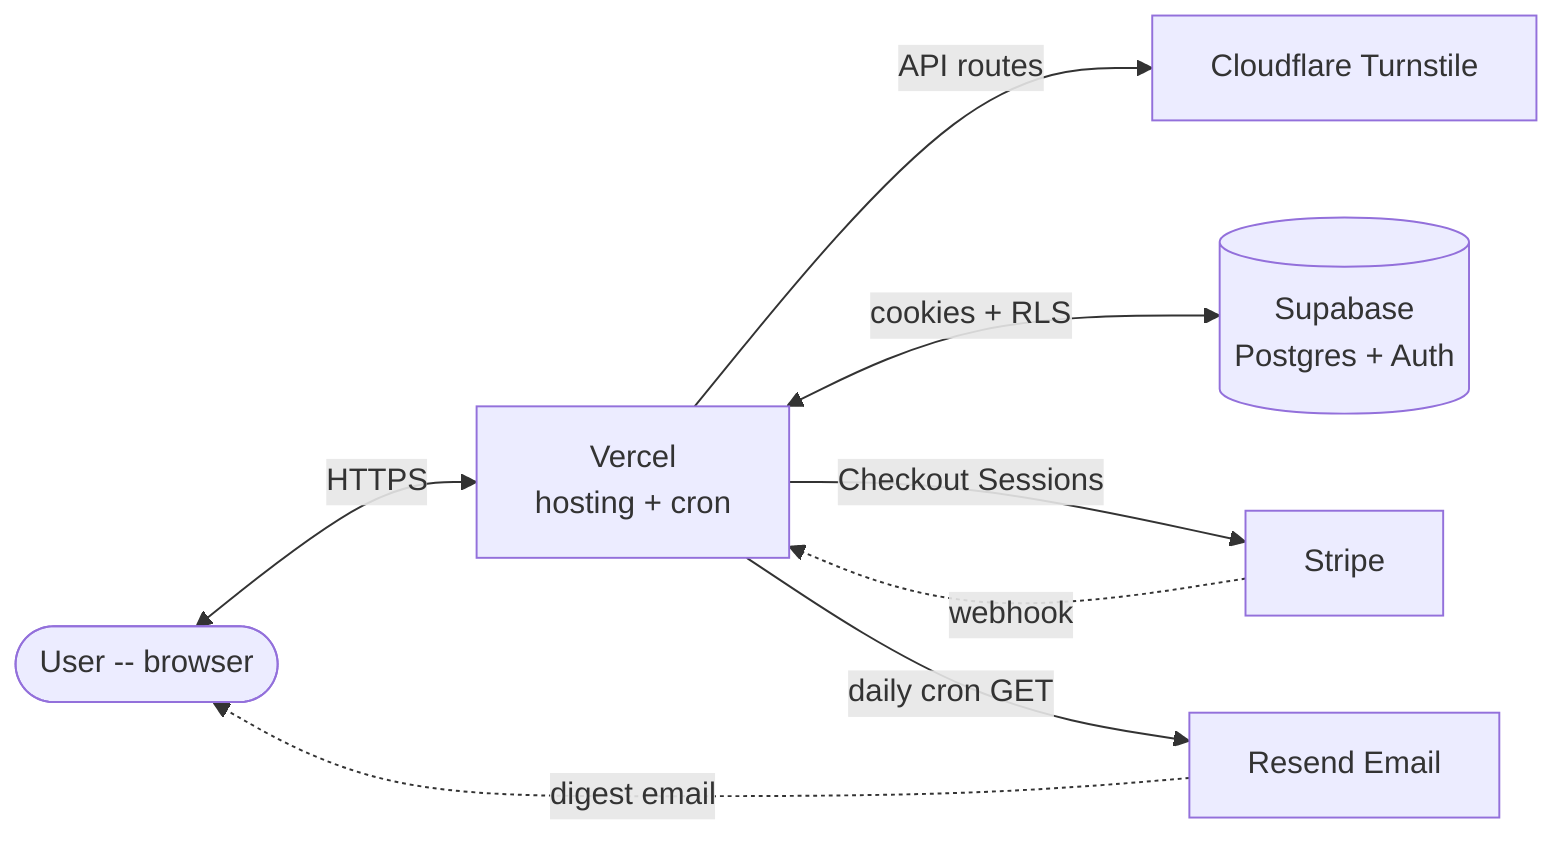
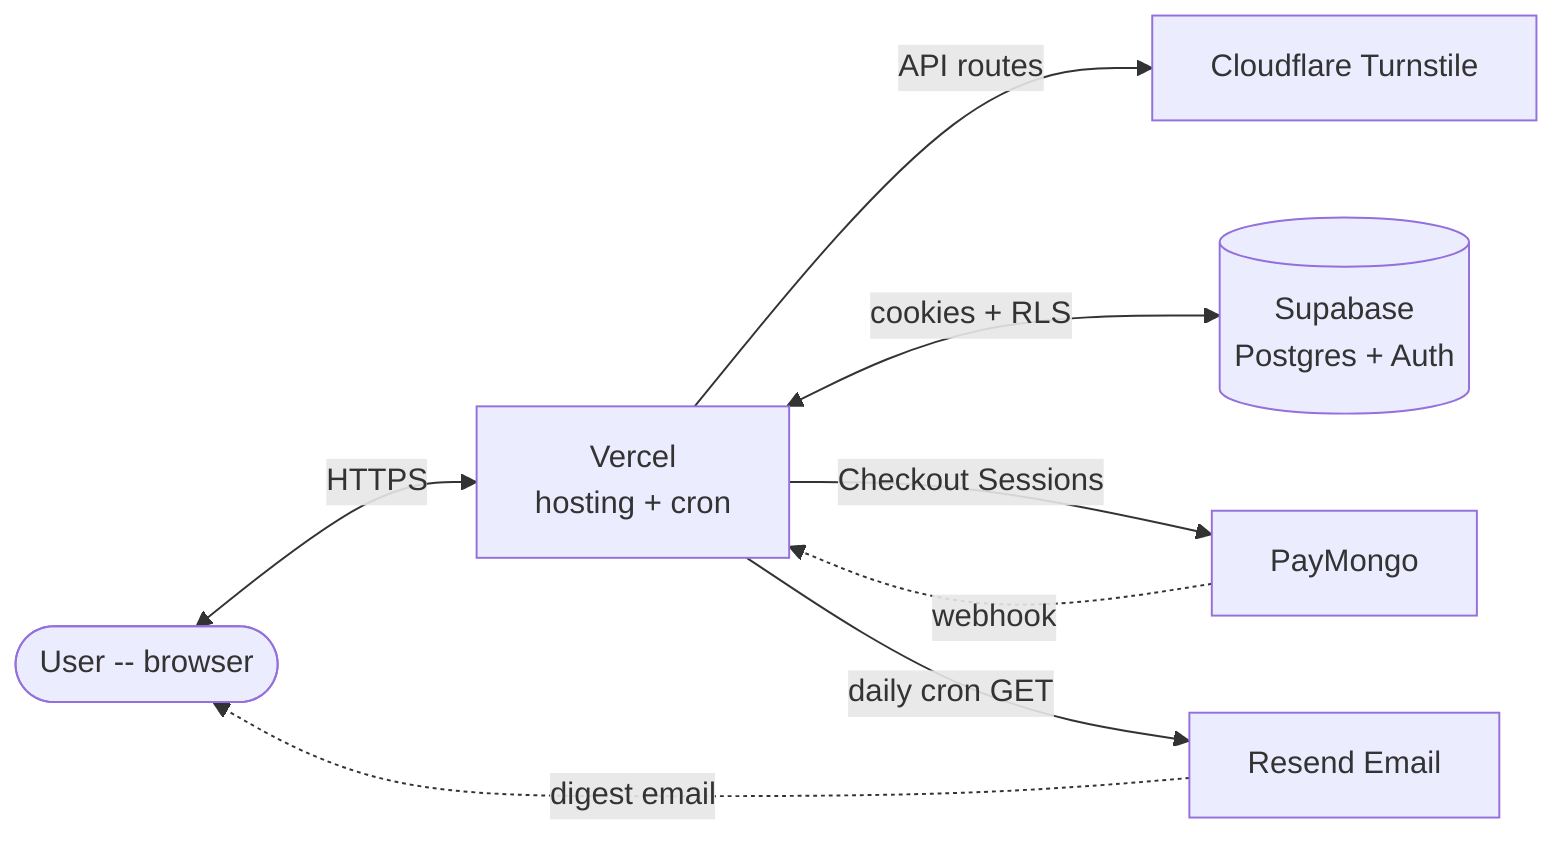
flowchart LR
    User([User -- browser])
    CF[Cloudflare Turnstile]
    Supabase[(Supabase<br/>Postgres + Auth)]
-     Stripe[Stripe]
+     PayMongo[PayMongo]
    Resend[Resend Email]
    Vercel[Vercel<br/>hosting + cron]

    User <-->|HTTPS| Vercel
    Vercel -->|API routes| CF
    Vercel <-->|cookies + RLS| Supabase
-     Vercel -->|Checkout Sessions| Stripe
-     Stripe -.->|webhook| Vercel
+     Vercel -->|Checkout Sessions| PayMongo
+     PayMongo -.->|webhook| Vercel
    Vercel -->|daily cron GET| Resend
    Resend -.->|digest email| User